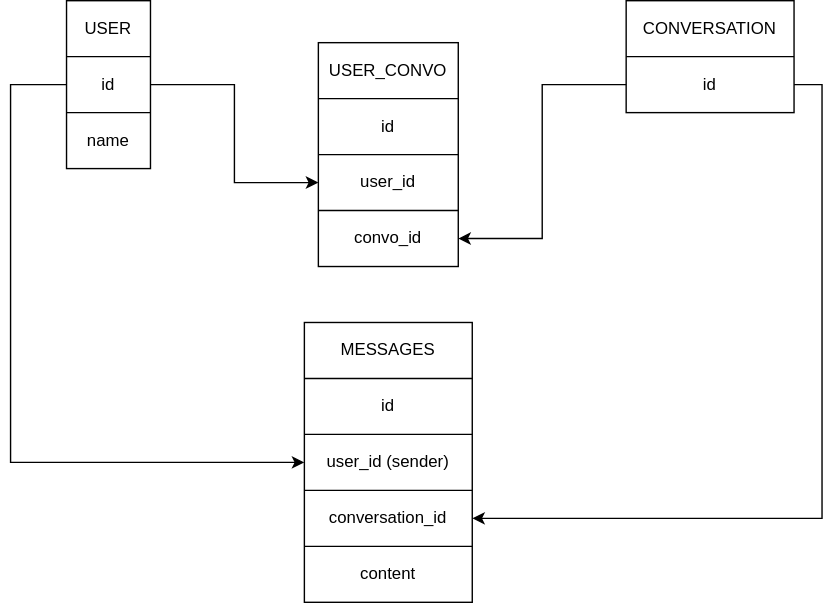
Earlier version of the draw.io export *.drawio.svg (BornDeleuze/Call_Backend). Source tidied: cells renumbered, new cells last; positions are measured from the earlier drawing's top-left corner, leaving out a move shared by most shapes.
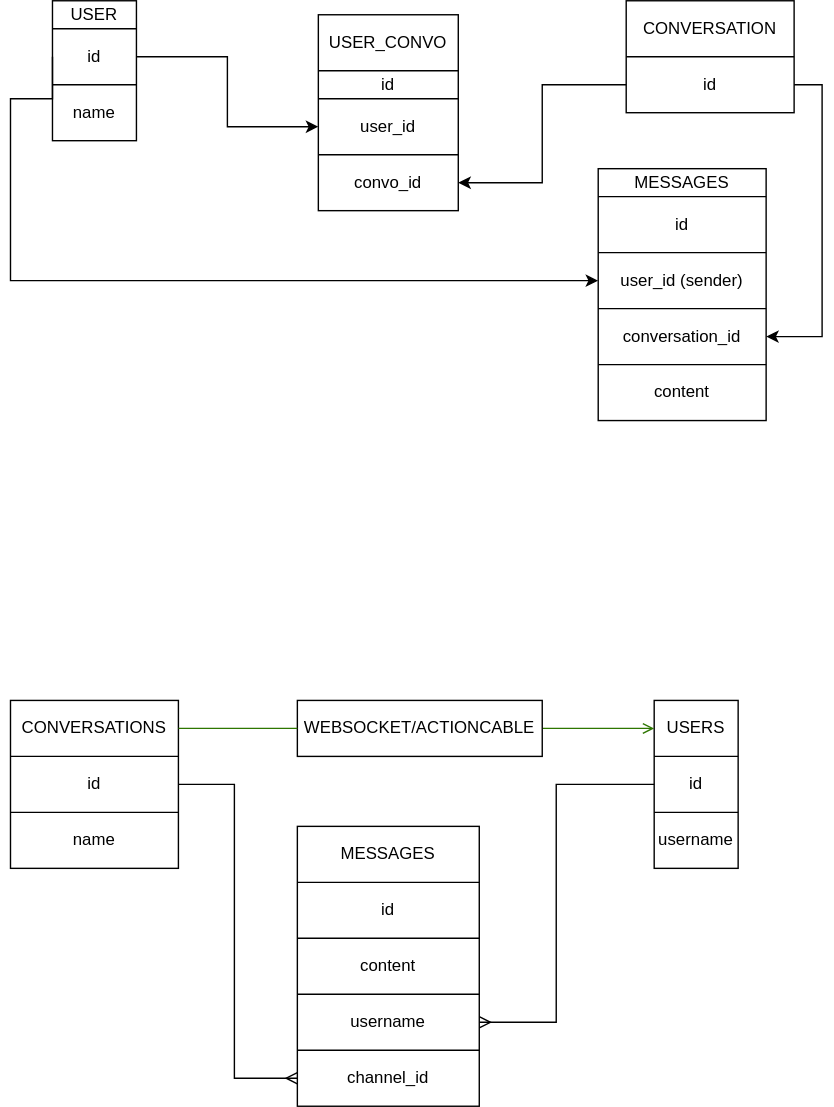
The same file after the commit.

Change to the diagram source:
```diff
@@ -3,28 +3,28 @@
     <mxCell id="0" />
     <mxCell id="1" parent="0" />
     <mxCell id="2" style="shape=table;html=1;whiteSpace=wrap;startSize=0;" parent="1" vertex="1">
-      <mxGeometry x="40" width="60" height="120" as="geometry" />
+      <mxGeometry x="30" y="-40" width="60" height="100" as="geometry" />
     </mxCell>
     <mxCell id="3" style="shape=partialRectangle;html=1;whiteSpace=wrap;fillColor=none;top=0;left=0;bottom=0;right=0;" parent="2" vertex="1">
-      <mxGeometry width="60" height="40" as="geometry" />
+      <mxGeometry width="60" height="20" as="geometry" />
     </mxCell>
     <mxCell id="4" value="USER" style="shape=partialRectangle;html=1;whiteSpace=wrap;overflow=hidden;fillColor=none;top=0;left=0;bottom=0;right=0;" parent="3" vertex="1">
-      <mxGeometry width="60" height="40" as="geometry" />
+      <mxGeometry width="60" height="20" as="geometry" />
     </mxCell>
     <mxCell id="5" style="shape=partialRectangle;html=1;whiteSpace=wrap;fillColor=none;top=0;left=0;bottom=0;right=0;points=[[0,0.5],[1,0.5]];portConstraint=eastwest;" parent="2" vertex="1">
-      <mxGeometry y="40" width="60" height="40" as="geometry" />
+      <mxGeometry y="20" width="60" height="40" as="geometry" />
     </mxCell>
     <mxCell id="6" value="id" style="shape=partialRectangle;html=1;whiteSpace=wrap;overflow=hidden;fillColor=none;top=0;left=0;bottom=0;right=0;" parent="5" vertex="1">
       <mxGeometry width="60" height="40" as="geometry" />
     </mxCell>
     <mxCell id="7" style="shape=partialRectangle;html=1;whiteSpace=wrap;fillColor=none;top=0;left=0;bottom=0;right=0;" parent="2" vertex="1">
-      <mxGeometry y="80" width="60" height="40" as="geometry" />
+      <mxGeometry y="60" width="60" height="40" as="geometry" />
     </mxCell>
     <mxCell id="8" value="name" style="shape=partialRectangle;html=1;whiteSpace=wrap;overflow=hidden;fillColor=none;top=0;left=0;bottom=0;right=0;" parent="7" vertex="1">
       <mxGeometry width="60" height="40" as="geometry" />
     </mxCell>
     <mxCell id="9" style="shape=table;html=1;whiteSpace=wrap;startSize=0;" parent="1" vertex="1">
-      <mxGeometry x="220" y="30" width="100" height="160" as="geometry" />
+      <mxGeometry x="220" y="-30" width="100" height="140" as="geometry" />
     </mxCell>
     <mxCell id="10" style="shape=partialRectangle;html=1;whiteSpace=wrap;fillColor=none;top=0;left=0;bottom=0;right=0;" parent="9" vertex="1">
       <mxGeometry width="100" height="40" as="geometry" />
@@ -33,25 +33,25 @@
       <mxGeometry width="100" height="40" as="geometry" />
     </mxCell>
     <mxCell id="12" style="shape=partialRectangle;html=1;whiteSpace=wrap;fillColor=none;top=0;left=0;bottom=0;right=0;" parent="9" vertex="1">
-      <mxGeometry y="40" width="100" height="40" as="geometry" />
+      <mxGeometry y="40" width="100" height="20" as="geometry" />
     </mxCell>
     <mxCell id="13" value="id" style="shape=partialRectangle;html=1;whiteSpace=wrap;overflow=hidden;fillColor=none;top=0;left=0;bottom=0;right=0;" parent="12" vertex="1">
-      <mxGeometry width="100" height="40" as="geometry" />
+      <mxGeometry width="100" height="20" as="geometry" />
     </mxCell>
     <mxCell id="14" style="shape=partialRectangle;html=1;whiteSpace=wrap;fillColor=none;top=0;left=0;bottom=0;right=0;points=[[0,0.5],[1,0.5]];portConstraint=eastwest;" parent="9" vertex="1">
-      <mxGeometry y="80" width="100" height="40" as="geometry" />
+      <mxGeometry y="60" width="100" height="40" as="geometry" />
     </mxCell>
     <mxCell id="15" value="user_id" style="shape=partialRectangle;html=1;whiteSpace=wrap;overflow=hidden;fillColor=none;top=0;left=0;bottom=0;right=0;" parent="14" vertex="1">
       <mxGeometry width="100" height="40" as="geometry" />
     </mxCell>
     <mxCell id="16" style="shape=partialRectangle;html=1;whiteSpace=wrap;fillColor=none;top=0;left=0;bottom=0;right=0;points=[[0,0.5],[1,0.5]];portConstraint=eastwest;" parent="9" vertex="1">
-      <mxGeometry y="120" width="100" height="40" as="geometry" />
+      <mxGeometry y="100" width="100" height="40" as="geometry" />
     </mxCell>
     <mxCell id="17" value="convo_id" style="shape=partialRectangle;html=1;whiteSpace=wrap;overflow=hidden;fillColor=none;top=0;left=0;bottom=0;right=0;" parent="16" vertex="1">
       <mxGeometry width="100" height="40" as="geometry" />
     </mxCell>
     <mxCell id="18" style="shape=table;html=1;whiteSpace=wrap;startSize=0;" parent="1" vertex="1">
-      <mxGeometry x="440" width="120" height="80" as="geometry" />
+      <mxGeometry x="440" y="-40" width="120" height="80" as="geometry" />
     </mxCell>
     <mxCell id="19" style="shape=partialRectangle;html=1;whiteSpace=wrap;fillColor=none;top=0;left=0;bottom=0;right=0;" parent="18" vertex="1">
       <mxGeometry width="120" height="40" as="geometry" />
@@ -66,34 +66,34 @@
       <mxGeometry width="120" height="40" as="geometry" />
     </mxCell>
     <mxCell id="23" style="shape=table;html=1;whiteSpace=wrap;startSize=0;" parent="1" vertex="1">
-      <mxGeometry x="210" y="230" width="120" height="200" as="geometry" />
+      <mxGeometry x="420" y="80" width="120" height="180" as="geometry" />
     </mxCell>
     <mxCell id="24" style="shape=partialRectangle;html=1;whiteSpace=wrap;fillColor=none;top=0;left=0;bottom=0;right=0;" parent="23" vertex="1">
-      <mxGeometry width="120" height="40" as="geometry" />
+      <mxGeometry width="120" height="20" as="geometry" />
     </mxCell>
     <mxCell id="25" value="MESSAGES" style="shape=partialRectangle;html=1;whiteSpace=wrap;overflow=hidden;fillColor=none;top=0;left=0;bottom=0;right=0;" parent="24" vertex="1">
-      <mxGeometry width="120" height="40" as="geometry" />
+      <mxGeometry width="120" height="20" as="geometry" />
     </mxCell>
     <mxCell id="26" style="shape=partialRectangle;html=1;whiteSpace=wrap;fillColor=none;top=0;left=0;bottom=0;right=0;" parent="23" vertex="1">
-      <mxGeometry y="40" width="120" height="40" as="geometry" />
+      <mxGeometry y="20" width="120" height="40" as="geometry" />
     </mxCell>
     <mxCell id="27" value="id" style="shape=partialRectangle;html=1;whiteSpace=wrap;overflow=hidden;fillColor=none;top=0;left=0;bottom=0;right=0;" parent="26" vertex="1">
       <mxGeometry width="120" height="40" as="geometry" />
     </mxCell>
     <mxCell id="28" style="shape=partialRectangle;html=1;whiteSpace=wrap;fillColor=none;top=0;left=0;bottom=0;right=0;points=[[0,0.5],[1,0.5]];portConstraint=eastwest;" parent="23" vertex="1">
-      <mxGeometry y="80" width="120" height="40" as="geometry" />
+      <mxGeometry y="60" width="120" height="40" as="geometry" />
     </mxCell>
     <mxCell id="29" value="user_id (sender)" style="shape=partialRectangle;html=1;whiteSpace=wrap;overflow=hidden;fillColor=none;top=0;left=0;bottom=0;right=0;" parent="28" vertex="1">
       <mxGeometry width="120" height="40" as="geometry" />
     </mxCell>
     <mxCell id="30" style="shape=partialRectangle;html=1;whiteSpace=wrap;fillColor=none;top=0;left=0;bottom=0;right=0;points=[[0,0.5],[1,0.5]];portConstraint=eastwest;" parent="23" vertex="1">
-      <mxGeometry y="120" width="120" height="40" as="geometry" />
+      <mxGeometry y="100" width="120" height="40" as="geometry" />
     </mxCell>
     <mxCell id="31" value="conversation_id" style="shape=partialRectangle;html=1;whiteSpace=wrap;overflow=hidden;fillColor=none;top=0;left=0;bottom=0;right=0;" parent="30" vertex="1">
       <mxGeometry width="120" height="40" as="geometry" />
     </mxCell>
     <mxCell id="32" style="shape=partialRectangle;html=1;whiteSpace=wrap;fillColor=none;top=0;left=0;bottom=0;right=0;" parent="23" vertex="1">
-      <mxGeometry y="160" width="120" height="40" as="geometry" />
+      <mxGeometry y="140" width="120" height="40" as="geometry" />
     </mxCell>
     <mxCell id="33" value="content&lt;br&gt;" style="shape=partialRectangle;html=1;whiteSpace=wrap;overflow=hidden;fillColor=none;top=0;left=0;bottom=0;right=0;" parent="32" vertex="1">
       <mxGeometry width="120" height="40" as="geometry" />
@@ -101,8 +101,9 @@
     <mxCell id="34" style="edgeStyle=orthogonalEdgeStyle;rounded=0;jettySize=auto;html=1;exitX=0;exitY=0.5;exitDx=0;exitDy=0;entryX=0;entryY=0.5;entryDx=0;entryDy=0;" parent="1" edge="1" source="5" target="28">
       <mxGeometry relative="1" as="geometry">
         <Array as="points">
-          <mxPoint y="60" />
-          <mxPoint y="330" />
+          <mxPoint x="30" y="30" />
+          <mxPoint y="30" />
+          <mxPoint y="160" />
         </Array>
       </mxGeometry>
     </mxCell>
@@ -115,5 +116,111 @@
     <mxCell id="37" style="edgeStyle=orthogonalEdgeStyle;rounded=0;jettySize=auto;html=1;exitX=1;exitY=0.5;exitDx=0;exitDy=0;entryX=1;entryY=0.5;entryDx=0;entryDy=0;" parent="1" edge="1" source="21" target="30">
       <mxGeometry relative="1" as="geometry" />
     </mxCell>
+    <mxCell id="38" style="shape=table;html=1;whiteSpace=wrap;startSize=0;" parent="1" vertex="1">
+      <mxGeometry y="460" width="120" height="120" as="geometry" />
+    </mxCell>
+    <mxCell id="39" style="shape=partialRectangle;html=1;whiteSpace=wrap;fillColor=none;top=0;left=0;bottom=0;right=0;points=[[0,0.5],[1,0.5]];portConstraint=eastwest;" parent="38" vertex="1">
+      <mxGeometry width="120" height="40" as="geometry" />
+    </mxCell>
+    <mxCell id="40" value="CONVERSATIONS" style="shape=partialRectangle;html=1;whiteSpace=wrap;overflow=hidden;fillColor=none;top=0;left=0;bottom=0;right=0;" parent="39" vertex="1">
+      <mxGeometry width="120" height="40" as="geometry" />
+    </mxCell>
+    <mxCell id="41" style="shape=partialRectangle;html=1;whiteSpace=wrap;fillColor=none;top=0;left=0;bottom=0;right=0;points=[[0,0.5],[1,0.5]];portConstraint=eastwest;" parent="38" vertex="1">
+      <mxGeometry y="40" width="120" height="40" as="geometry" />
+    </mxCell>
+    <mxCell id="42" value="id" style="shape=partialRectangle;html=1;whiteSpace=wrap;overflow=hidden;fillColor=none;top=0;left=0;bottom=0;right=0;" parent="41" vertex="1">
+      <mxGeometry width="120" height="40" as="geometry" />
+    </mxCell>
+    <mxCell id="43" style="shape=partialRectangle;html=1;whiteSpace=wrap;fillColor=none;top=0;left=0;bottom=0;right=0;" parent="38" vertex="1">
+      <mxGeometry y="80" width="120" height="40" as="geometry" />
+    </mxCell>
+    <mxCell id="44" value="name" style="shape=partialRectangle;html=1;whiteSpace=wrap;overflow=hidden;fillColor=none;top=0;left=0;bottom=0;right=0;" parent="43" vertex="1">
+      <mxGeometry width="120" height="40" as="geometry" />
+    </mxCell>
+    <mxCell id="45" style="shape=table;html=1;whiteSpace=wrap;startSize=0;fontStyle=1;" parent="1" vertex="1">
+      <mxGeometry x="205" y="550" width="130" height="200" as="geometry" />
+    </mxCell>
+    <mxCell id="46" style="shape=partialRectangle;html=1;whiteSpace=wrap;fillColor=none;top=0;left=0;bottom=0;right=0;" parent="45" vertex="1">
+      <mxGeometry width="130" height="40" as="geometry" />
+    </mxCell>
+    <mxCell id="47" value="MESSAGES" style="shape=partialRectangle;html=1;whiteSpace=wrap;overflow=hidden;fillColor=none;top=0;left=0;bottom=0;right=0;" parent="46" vertex="1">
+      <mxGeometry width="130" height="40" as="geometry" />
+    </mxCell>
+    <mxCell id="48" style="shape=partialRectangle;html=1;whiteSpace=wrap;fillColor=none;top=0;left=0;bottom=0;right=0;" parent="45" vertex="1">
+      <mxGeometry y="40" width="130" height="40" as="geometry" />
+    </mxCell>
+    <mxCell id="49" value="id" style="shape=partialRectangle;html=1;whiteSpace=wrap;overflow=hidden;fillColor=none;top=0;left=0;bottom=0;right=0;" parent="48" vertex="1">
+      <mxGeometry width="130" height="40" as="geometry" />
+    </mxCell>
+    <mxCell id="50" style="shape=partialRectangle;html=1;whiteSpace=wrap;fillColor=none;top=0;left=0;bottom=0;right=0;" parent="45" vertex="1">
+      <mxGeometry y="80" width="130" height="40" as="geometry" />
+    </mxCell>
+    <mxCell id="51" value="content" style="shape=partialRectangle;html=1;whiteSpace=wrap;overflow=hidden;fillColor=none;top=0;left=0;bottom=0;right=0;" parent="50" vertex="1">
+      <mxGeometry width="130" height="40" as="geometry" />
+    </mxCell>
+    <mxCell id="52" style="shape=partialRectangle;html=1;whiteSpace=wrap;fillColor=none;top=0;left=0;bottom=0;right=0;points=[[0,0.5],[1,0.5]];portConstraint=eastwest;" parent="45" vertex="1">
+      <mxGeometry y="120" width="130" height="40" as="geometry" />
+    </mxCell>
+    <mxCell id="53" value="username" style="shape=partialRectangle;html=1;whiteSpace=wrap;overflow=hidden;fillColor=none;top=0;left=0;bottom=0;right=0;" parent="52" vertex="1">
+      <mxGeometry width="130" height="40" as="geometry" />
+    </mxCell>
+    <mxCell id="54" style="shape=partialRectangle;html=1;whiteSpace=wrap;fillColor=none;top=0;left=0;bottom=0;right=0;points=[[0,0.5],[1,0.5]];portConstraint=eastwest;" parent="45" vertex="1">
+      <mxGeometry y="160" width="130" height="40" as="geometry" />
+    </mxCell>
+    <mxCell id="55" value="channel_id" style="shape=partialRectangle;html=1;whiteSpace=wrap;overflow=hidden;fillColor=none;top=0;left=0;bottom=0;right=0;" parent="54" vertex="1">
+      <mxGeometry width="130" height="40" as="geometry" />
+    </mxCell>
+    <mxCell id="56" style="shape=table;html=1;whiteSpace=wrap;startSize=0;" parent="1" vertex="1">
+      <mxGeometry x="460" y="460" width="60" height="120" as="geometry" />
+    </mxCell>
+    <mxCell id="57" style="shape=partialRectangle;html=1;whiteSpace=wrap;fillColor=none;top=0;left=0;bottom=0;right=0;points=[[0,0.5],[1,0.5]];portConstraint=eastwest;" parent="56" vertex="1">
+      <mxGeometry width="60" height="40" as="geometry" />
+    </mxCell>
+    <mxCell id="58" value="USERS" style="shape=partialRectangle;html=1;whiteSpace=wrap;overflow=hidden;fillColor=none;top=0;left=0;bottom=0;right=0;" parent="57" vertex="1">
+      <mxGeometry width="60" height="40" as="geometry" />
+    </mxCell>
+    <mxCell id="59" style="shape=partialRectangle;html=1;whiteSpace=wrap;fillColor=none;top=0;left=0;bottom=0;right=0;points=[[0,0.5],[1,0.5]];portConstraint=eastwest;" parent="56" vertex="1">
+      <mxGeometry y="40" width="60" height="40" as="geometry" />
+    </mxCell>
+    <mxCell id="60" value="id" style="shape=partialRectangle;html=1;whiteSpace=wrap;overflow=hidden;fillColor=none;top=0;left=0;bottom=0;right=0;" parent="59" vertex="1">
+      <mxGeometry width="60" height="40" as="geometry" />
+    </mxCell>
+    <mxCell id="61" style="shape=partialRectangle;html=1;whiteSpace=wrap;fillColor=none;top=0;left=0;bottom=0;right=0;" parent="56" vertex="1">
+      <mxGeometry y="80" width="60" height="40" as="geometry" />
+    </mxCell>
+    <mxCell id="62" value="username" style="shape=partialRectangle;html=1;whiteSpace=wrap;overflow=hidden;fillColor=none;top=0;left=0;bottom=0;right=0;" parent="61" vertex="1">
+      <mxGeometry width="60" height="40" as="geometry" />
+    </mxCell>
+    <mxCell id="63" style="edgeStyle=none;rounded=0;jettySize=auto;html=1;entryX=1;entryY=0.5;entryDx=0;entryDy=0;endArrow=ERmany;endFill=0;" parent="1" edge="1" source="59" target="52">
+      <mxGeometry relative="1" as="geometry">
+        <Array as="points">
+          <mxPoint x="390" y="520" />
+          <mxPoint x="390" y="690" />
+        </Array>
+      </mxGeometry>
+    </mxCell>
+    <mxCell id="64" style="edgeStyle=none;rounded=0;jettySize=auto;html=1;exitX=1;exitY=0.5;exitDx=0;exitDy=0;entryX=0;entryY=0.5;entryDx=0;entryDy=0;endArrow=ERmany;endFill=0;" parent="1" edge="1" source="41" target="54">
+      <mxGeometry relative="1" as="geometry">
+        <Array as="points">
+          <mxPoint x="160" y="520" />
+          <mxPoint x="160" y="730" />
+        </Array>
+      </mxGeometry>
+    </mxCell>
+    <mxCell id="65" style="edgeStyle=none;rounded=0;jettySize=auto;html=1;exitX=1;exitY=0.5;exitDx=0;exitDy=0;entryX=0;entryY=0.5;entryDx=0;entryDy=0;startArrow=none;endArrow=open;endFill=0;fillColor=#60a917;strokeColor=#2D7600;" parent="1" edge="1" source="66" target="57">
+      <mxGeometry relative="1" as="geometry" />
+    </mxCell>
+    <mxCell id="66" style="shape=table;html=1;whiteSpace=wrap;startSize=0;" parent="1" vertex="1">
+      <mxGeometry x="205" y="460" width="175" height="40" as="geometry" />
+    </mxCell>
+    <mxCell id="67" style="shape=partialRectangle;html=1;whiteSpace=wrap;fillColor=none;top=0;left=0;bottom=0;right=0;" parent="66" vertex="1">
+      <mxGeometry width="175" height="40" as="geometry" />
+    </mxCell>
+    <mxCell id="68" value="WEBSOCKET/ACTIONCABLE" style="shape=partialRectangle;html=1;whiteSpace=wrap;overflow=hidden;fillColor=none;top=0;left=0;bottom=0;right=0;" parent="67" vertex="1">
+      <mxGeometry width="175" height="40" as="geometry" />
+    </mxCell>
+    <mxCell id="69" style="edgeStyle=none;rounded=0;jettySize=auto;html=1;exitX=1;exitY=0.5;exitDx=0;exitDy=0;entryX=0;entryY=0.5;entryDx=0;entryDy=0;endArrow=none;fillColor=#60a917;strokeColor=#2D7600;" parent="1" edge="1" source="39" target="66">
+      <mxGeometry relative="1" as="geometry" />
+    </mxCell>
   </root>
 </mxGraphModel>
```
